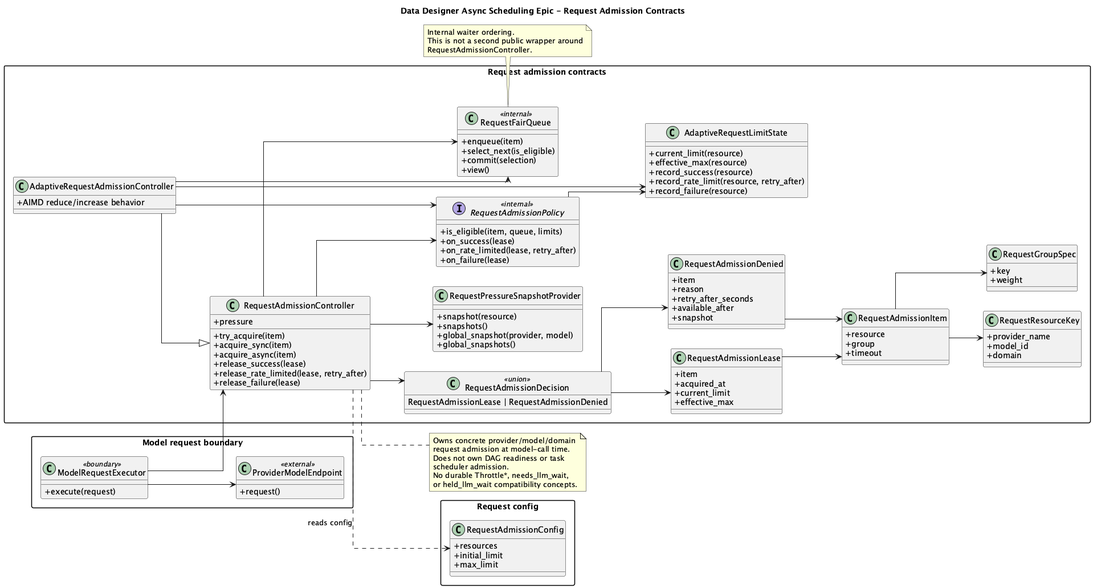
This is plans/645/AsyncSchedulingRequestAdmissionClassModel.png from NVIDIA-NeMo/DataDesigner, a PlantUML export, as it was before one commit.
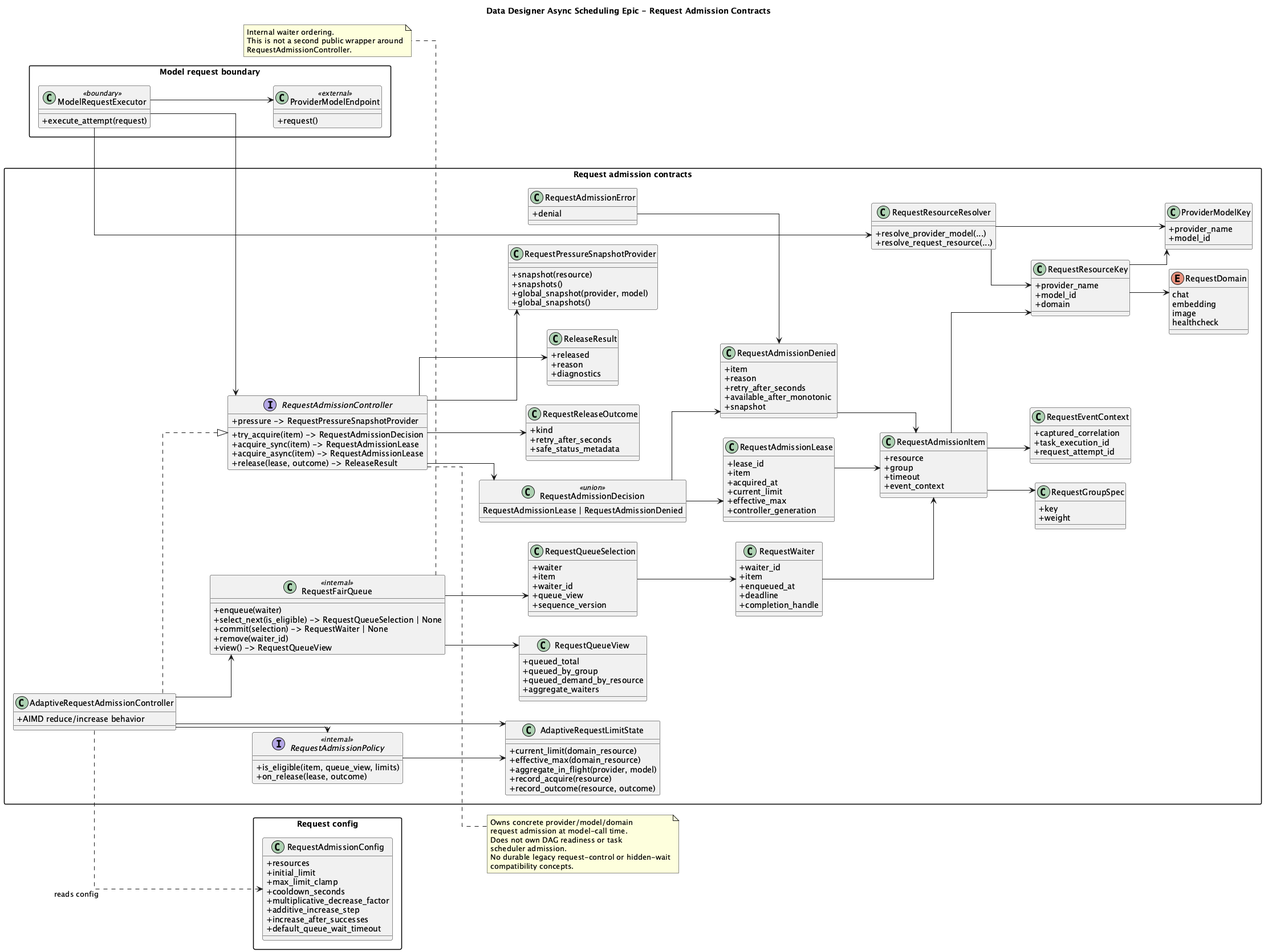
After the commit.

What changed in the source:
```diff
@@ -9,7 +9,7 @@
 
 package "Model request boundary" {
   class ModelRequestExecutor <<boundary>> {
-    +execute(request)
+    +execute_attempt(request)
   }
 
   class ProviderModelEndpoint <<external>> {
@@ -24,6 +24,23 @@
     +domain
   }
 
+  class RequestResourceResolver {
+    +resolve_provider_model(...)
+    +resolve_request_resource(...)
+  }
+
+  class ProviderModelKey {
+    +provider_name
+    +model_id
+  }
+
+  enum RequestDomain {
+    chat
+    embedding
+    image
+    healthcheck
+  }
+
   class RequestGroupSpec {
     +key
     +weight
@@ -33,38 +50,65 @@
     +resource
     +group
     +timeout
+    +event_context
+  }
+
+  class RequestWaiter {
+    +waiter_id
+    +item
+    +enqueued_at
+    +deadline
+    +completion_handle
+  }
+
+  class RequestEventContext {
+    +captured_correlation
+    +task_execution_id
+    +request_attempt_id
   }
 
   class RequestFairQueue <<internal>> {
-    +enqueue(item)
-    +select_next(is_eligible)
-    +commit(selection)
-    +view()
+    +enqueue(waiter)
+    +select_next(is_eligible) -> RequestQueueSelection | None
+    +commit(selection) -> RequestWaiter | None
+    +remove(waiter_id)
+    +view() -> RequestQueueView
+  }
+
+  class RequestQueueSelection {
+    +waiter
+    +item
+    +waiter_id
+    +queue_view
+    +sequence_version
+  }
+
+  class RequestQueueView {
+    +queued_total
+    +queued_by_group
+    +queued_demand_by_resource
+    +aggregate_waiters
   }
 
   interface RequestAdmissionPolicy <<internal>> {
-    +is_eligible(item, queue, limits)
-    +on_success(lease)
-    +on_rate_limited(lease, retry_after)
-    +on_failure(lease)
+    +is_eligible(item, queue_view, limits)
+    +on_release(lease, outcome)
   }
 
   class AdaptiveRequestLimitState {
-    +current_limit(resource)
-    +effective_max(resource)
-    +record_success(resource)
-    +record_rate_limit(resource, retry_after)
-    +record_failure(resource)
+    +current_limit(domain_resource)
+    +effective_max(domain_resource)
+    +aggregate_in_flight(provider, model)
+    +record_acquire(resource)
+    +record_outcome(resource, outcome)
   }
 
-  class RequestAdmissionController {
-    +try_acquire(item)
-    +acquire_sync(item)
-    +acquire_async(item)
-    +release_success(lease)
-    +release_rate_limited(lease, retry_after)
-    +release_failure(lease)
-    +pressure
+  interface RequestAdmissionController {
+    +try_acquire(item) -> RequestAdmissionDecision
+    +acquire_sync(item) -> RequestAdmissionLease
+    +acquire_async(item) -> RequestAdmissionLease
+    +release(lease, outcome) -> ReleaseResult
+    +pressure -> RequestPressureSnapshotProvider
   }
 
   class AdaptiveRequestAdmissionController {
@@ -76,18 +120,36 @@
   }
 
   class RequestAdmissionLease {
+    +lease_id
     +item
     +acquired_at
     +current_limit
     +effective_max
+    +controller_generation
   }
 
   class RequestAdmissionDenied {
     +item
     +reason
     +retry_after_seconds
-    +available_after
+    +available_after_monotonic
     +snapshot
+  }
+
+  class RequestAdmissionError {
+    +denial
+  }
+
+  class RequestReleaseOutcome {
+    +kind
+    +retry_after_seconds
+    +safe_status_metadata
+  }
+
+  class ReleaseResult {
+    +released
+    +reason
+    +diagnostics
   }
 
   class RequestPressureSnapshotProvider {
@@ -102,25 +164,41 @@
   class RequestAdmissionConfig {
     +resources
     +initial_limit
-    +max_limit
+    +max_limit_clamp
+    +cooldown_seconds
+    +multiplicative_decrease_factor
+    +additive_increase_step
+    +increase_after_successes
+    +default_queue_wait_timeout
   }
 }
 
 ModelRequestExecutor --> RequestAdmissionController
-RequestAdmissionController --> RequestFairQueue
-RequestAdmissionController --> RequestAdmissionPolicy
+ModelRequestExecutor --> RequestResourceResolver
+RequestResourceResolver --> ProviderModelKey
+RequestResourceResolver --> RequestResourceKey
 RequestAdmissionPolicy --> AdaptiveRequestLimitState
-AdaptiveRequestAdmissionController --|> RequestAdmissionController
+AdaptiveRequestAdmissionController ..|> RequestAdmissionController
 AdaptiveRequestAdmissionController --> RequestFairQueue
 AdaptiveRequestAdmissionController --> RequestAdmissionPolicy
 AdaptiveRequestAdmissionController --> AdaptiveRequestLimitState
 RequestAdmissionController --> RequestAdmissionDecision
+RequestAdmissionController --> RequestReleaseOutcome
+RequestAdmissionController --> ReleaseResult
 RequestAdmissionDecision --> RequestAdmissionLease
 RequestAdmissionDecision --> RequestAdmissionDenied
+RequestAdmissionError --> RequestAdmissionDenied
 RequestAdmissionController --> RequestPressureSnapshotProvider
-RequestAdmissionController ..> RequestAdmissionConfig : reads config
+AdaptiveRequestAdmissionController ..> RequestAdmissionConfig : reads config
 RequestAdmissionItem --> RequestResourceKey
+RequestAdmissionItem --> RequestEventContext
+RequestWaiter --> RequestAdmissionItem
+RequestResourceKey --> ProviderModelKey
+RequestResourceKey --> RequestDomain
 RequestAdmissionItem --> RequestGroupSpec
+RequestFairQueue --> RequestQueueSelection
+RequestFairQueue --> RequestQueueView
+RequestQueueSelection --> RequestWaiter
 RequestAdmissionLease --> RequestAdmissionItem
 RequestAdmissionDenied --> RequestAdmissionItem
 ModelRequestExecutor --> ProviderModelEndpoint
@@ -136,8 +214,8 @@
   request admission at model-call time.
   Does not own DAG readiness or task
   scheduler admission.
-  No durable Throttle*, needs_llm_wait,
-  or held_llm_wait compatibility concepts.
+  No durable legacy request-control or hidden-wait
+  compatibility concepts.
 end note
 
 @enduml
```
